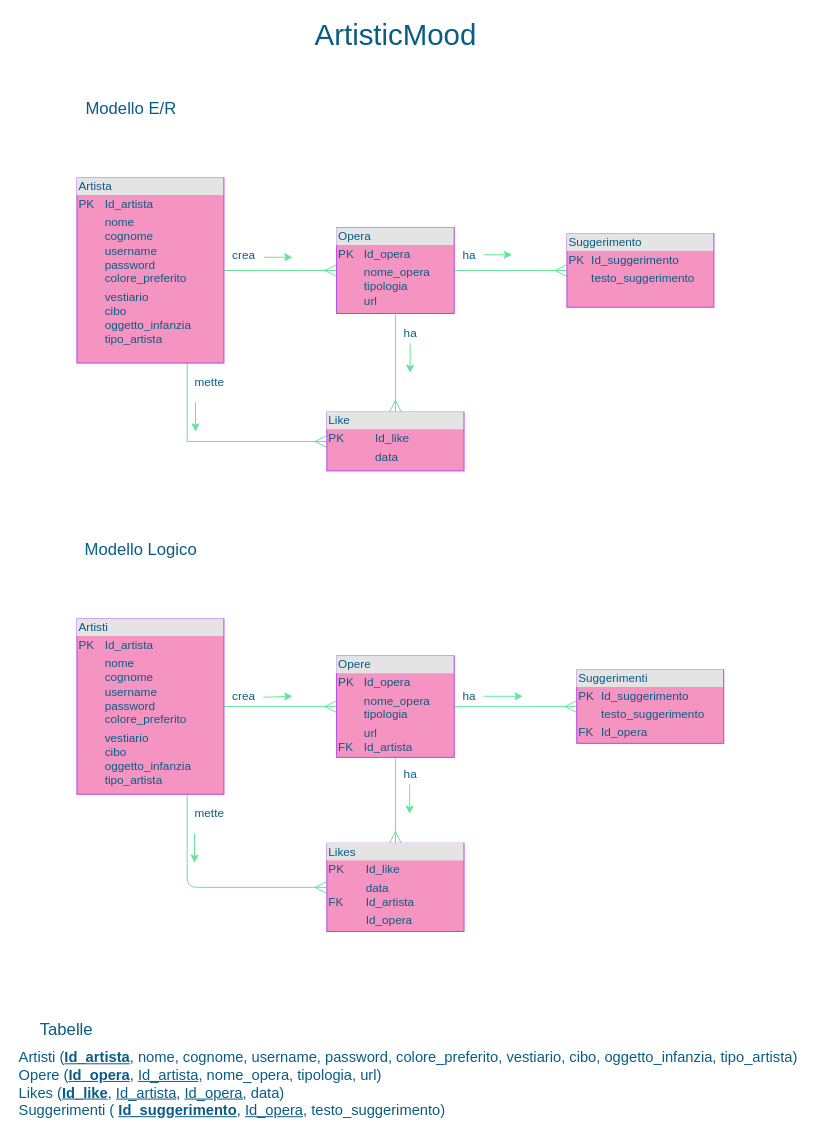
Before: ArtisticMood.drawio in ChiaraGismondi02/ArtisticMood, a draw.io diagram. Source tidied: cells renumbered, new cells numbered last; positions are measured from the earlier drawing's top-left corner, leaving out a move shared by most shapes. Both pictures are drawn from the tidied source at 98%, with x=0, y=0 at pixel (17, 20).
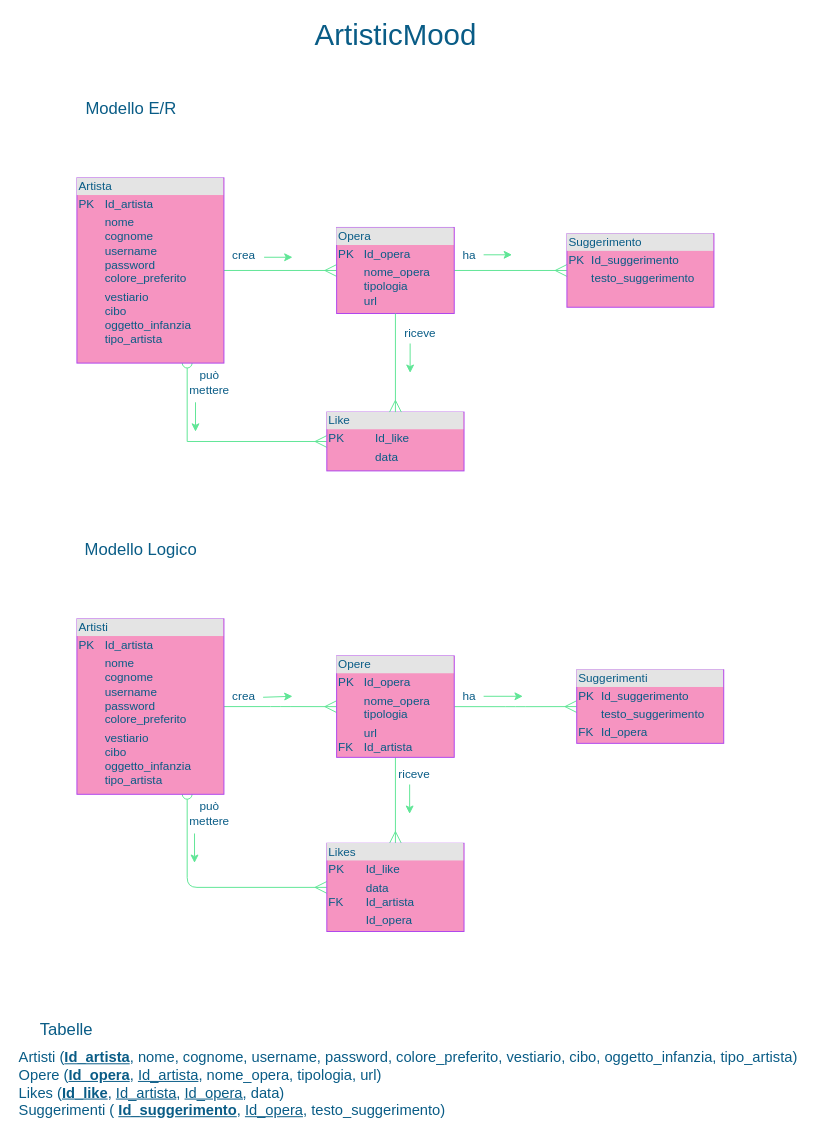
Above is the later version.

The change refers to these unchanged cells:
```xml
<mxCell id="4" value="&lt;div style=&quot;box-sizing: border-box ; width: 100% ; background: #e4e4e4 ; padding: 2px&quot;&gt;Artista&lt;/div&gt;&lt;table style=&quot;width: 100% ; font-size: 1em&quot; cellpadding=&quot;2&quot; cellspacing=&quot;0&quot;&gt;&lt;tbody&gt;&lt;tr&gt;&lt;td&gt;PK&lt;/td&gt;&lt;td&gt;Id_artista&lt;br&gt;&lt;/td&gt;&lt;/tr&gt;&lt;tr&gt;&lt;td&gt;&lt;br&gt;&lt;/td&gt;&lt;td&gt;nome&lt;br&gt;cognome&lt;br&gt;username&lt;br&gt;password&lt;br&gt;colore_preferito&lt;/td&gt;&lt;/tr&gt;&lt;tr&gt;&lt;td&gt;&lt;/td&gt;&lt;td&gt;vestiario&lt;br&gt;cibo&lt;br&gt;oggetto_infanzia&lt;br&gt;tipo_artista&lt;/td&gt;&lt;/tr&gt;&lt;/tbody&gt;&lt;/table&gt;" style="verticalAlign=top;align=left;overflow=fill;html=1;fillColor=#F694C1;strokeColor=#AF45ED;fontColor=#095C86;" parent="1" vertex="1">
  <mxGeometry x="61" y="161" width="150" height="189" as="geometry" />
</mxCell>
<mxCell id="7" value="&lt;div style=&quot;box-sizing: border-box ; width: 100% ; background: #e4e4e4 ; padding: 2px&quot;&gt;Like&lt;/div&gt;&lt;table style=&quot;width: 100% ; font-size: 1em&quot; cellpadding=&quot;2&quot; cellspacing=&quot;0&quot;&gt;&lt;tbody&gt;&lt;tr&gt;&lt;td&gt;PK&lt;/td&gt;&lt;td&gt;Id_like&lt;/td&gt;&lt;/tr&gt;&lt;tr&gt;&lt;td&gt;&lt;br&gt;&lt;/td&gt;&lt;td&gt;data&lt;/td&gt;&lt;/tr&gt;&lt;tr&gt;&lt;td&gt;&lt;/td&gt;&lt;td&gt;&lt;br&gt;&lt;/td&gt;&lt;/tr&gt;&lt;/tbody&gt;&lt;/table&gt;" style="verticalAlign=top;align=left;overflow=fill;html=1;fillColor=#F694C1;strokeColor=#AF45ED;fontColor=#095C86;" parent="1" vertex="1">
  <mxGeometry x="316" y="400" width="140" height="60" as="geometry" />
</mxCell>
<mxCell id="14" value="&lt;div style=&quot;box-sizing: border-box ; width: 100% ; background: #e4e4e4 ; padding: 2px&quot;&gt;Artisti&lt;/div&gt;&lt;table style=&quot;width: 100% ; font-size: 1em&quot; cellpadding=&quot;2&quot; cellspacing=&quot;0&quot;&gt;&lt;tbody&gt;&lt;tr&gt;&lt;td&gt;PK&lt;/td&gt;&lt;td&gt;Id_artista&lt;br&gt;&lt;/td&gt;&lt;/tr&gt;&lt;tr&gt;&lt;td&gt;&lt;br&gt;&lt;/td&gt;&lt;td&gt;nome&lt;br&gt;cognome&lt;br&gt;username&lt;br&gt;password&lt;br&gt;colore_preferito&lt;/td&gt;&lt;/tr&gt;&lt;tr&gt;&lt;td&gt;&lt;/td&gt;&lt;td&gt;vestiario&lt;br&gt;cibo&lt;br&gt;oggetto_infanzia&lt;br&gt;tipo_artista&lt;/td&gt;&lt;/tr&gt;&lt;/tbody&gt;&lt;/table&gt;" style="verticalAlign=top;align=left;overflow=fill;html=1;fillColor=#F694C1;strokeColor=#AF45ED;fontColor=#095C86;" parent="1" vertex="1">
  <mxGeometry x="61" y="611" width="150" height="179" as="geometry" />
</mxCell>
<mxCell id="18" value="&lt;div style=&quot;box-sizing: border-box ; width: 100% ; background: #e4e4e4 ; padding: 2px&quot;&gt;Likes&lt;/div&gt;&lt;table style=&quot;width: 100% ; font-size: 1em&quot; cellpadding=&quot;2&quot; cellspacing=&quot;0&quot;&gt;&lt;tbody&gt;&lt;tr&gt;&lt;td&gt;PK&lt;/td&gt;&lt;td&gt;Id_like&lt;/td&gt;&lt;/tr&gt;&lt;tr&gt;&lt;td&gt;&lt;br&gt;FK&lt;/td&gt;&lt;td&gt;data&lt;br&gt;Id_artista&lt;/td&gt;&lt;/tr&gt;&lt;tr&gt;&lt;td&gt;&lt;/td&gt;&lt;td&gt;Id_opera&lt;/td&gt;&lt;/tr&gt;&lt;/tbody&gt;&lt;/table&gt;" style="verticalAlign=top;align=left;overflow=fill;html=1;fillColor=#F694C1;strokeColor=#AF45ED;fontColor=#095C86;" parent="1" vertex="1">
  <mxGeometry x="316" y="840" width="140" height="90" as="geometry" />
</mxCell>
```

Change to the diagram source:
```diff
@@
-    <mxCell id="2" style="edgeStyle=orthogonalEdgeStyle;rounded=0;jettySize=auto;html=1;exitX=0.75;exitY=1;exitDx=0;exitDy=0;entryX=0;entryY=0.5;entryDx=0;entryDy=0;endArrow=ERmany;endFill=0;endSize=10;strokeColor=#60E696;fontColor=#095C86;" parent="1" edge="1" source="4" target="7">
+    <mxCell id="2" style="edgeStyle=orthogonalEdgeStyle;rounded=0;jettySize=auto;html=1;exitX=0.75;exitY=1;exitDx=0;exitDy=0;entryX=0;entryY=0.5;entryDx=0;entryDy=0;endArrow=ERmany;endFill=0;endSize=10;strokeColor=#60E696;fontColor=#095C86;startArrow=oval;startFill=0;startSize=10;" parent="1" edge="1" source="4" target="7">
       <mxGeometry relative="1" as="geometry" />
     </mxCell>
@@
-    <mxCell id="12" style="edgeStyle=orthogonalEdgeStyle;curved=0;rounded=1;sketch=0;jettySize=auto;html=1;exitX=0.75;exitY=1;exitDx=0;exitDy=0;entryX=0;entryY=0.5;entryDx=0;entryDy=0;startArrow=none;startFill=0;endArrow=ERmany;endFill=0;startSize=10;endSize=10;strokeColor=#60E696;fontColor=#095C86;" parent="1" edge="1" source="14" target="18">
+    <mxCell id="12" style="edgeStyle=orthogonalEdgeStyle;curved=0;rounded=1;sketch=0;jettySize=auto;html=1;exitX=0.75;exitY=1;exitDx=0;exitDy=0;entryX=0;entryY=0.5;entryDx=0;entryDy=0;startArrow=oval;startFill=0;endArrow=ERmany;endFill=0;startSize=10;endSize=10;strokeColor=#60E696;fontColor=#095C86;" parent="1" edge="1" source="14" target="18">
       <mxGeometry relative="1" as="geometry" />
     </mxCell>
@@
-    <mxCell id="29" value="mette" style="text;html=1;align=center;verticalAlign=middle;fillColor=none;strokeColor=none;rounded=0;fontColor=#095C86;" parent="1" vertex="1">
-      <mxGeometry x="171" y="360" width="50" height="20" as="geometry" />
+    <mxCell id="29" value="può &lt;br&gt;mettere" style="text;html=1;align=center;verticalAlign=middle;fillColor=none;strokeColor=none;rounded=0;fontColor=#095C86;" parent="1" vertex="1">
+      <mxGeometry x="166" y="355" width="60" height="30" as="geometry" />
     </mxCell>
-    <mxCell id="30" value="ha" style="text;html=1;align=center;verticalAlign=middle;fillColor=none;strokeColor=none;rounded=0;fontColor=#095C86;" parent="1" vertex="1">
-      <mxGeometry x="386" y="310" width="30" height="20" as="geometry" />
+    <mxCell id="30" value="riceve" style="text;html=1;align=center;verticalAlign=middle;fillColor=none;strokeColor=none;rounded=0;fontColor=#095C86;" parent="1" vertex="1">
+      <mxGeometry x="386" y="310" width="50" height="20" as="geometry" />
     </mxCell>
@@
-    <mxCell id="32" value="ha" style="text;html=1;align=center;verticalAlign=middle;fillColor=none;strokeColor=none;rounded=0;fontColor=#095C86;" parent="1" vertex="1">
-      <mxGeometry x="386" y="760" width="30" height="20" as="geometry" />
+    <mxCell id="32" value="riceve" style="text;html=1;align=center;verticalAlign=middle;fillColor=none;strokeColor=none;rounded=0;fontColor=#095C86;" parent="1" vertex="1">
+      <mxGeometry x="380" y="760" width="50" height="20" as="geometry" />
     </mxCell>
@@
-    <mxCell id="38" value="mette" style="text;html=1;align=center;verticalAlign=middle;fillColor=none;strokeColor=none;rounded=0;fontColor=#095C86;" parent="1" vertex="1">
-      <mxGeometry x="171" y="800" width="50" height="20" as="geometry" />
+    <mxCell id="38" value="può&lt;br&gt;mettere" style="text;html=1;align=center;verticalAlign=middle;fillColor=none;strokeColor=none;rounded=0;fontColor=#095C86;" parent="1" vertex="1">
+      <mxGeometry x="166" y="795" width="60" height="30" as="geometry" />
     </mxCell>
```
